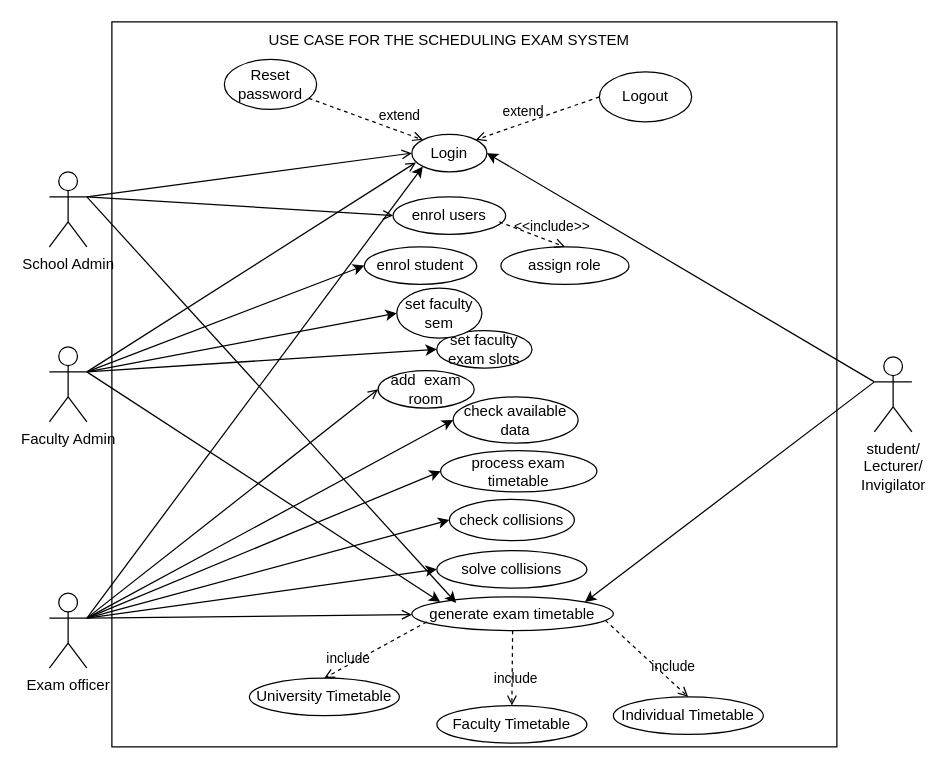
Before: page "use case for scheduling exam timetable" (1 of 5) of diagrams/all diagrams.drawio in Kathembotsong/Strath_Exam_Schedule, a draw.io diagram. Source tidied: cells renumbered, new cells numbered last; positions are measured from the earlier drawing's top-left corner, leaving out a move shared by most shapes. Both pictures are drawn from the tidied source at 125%, with x=0, y=0 at pixel (49, 21).
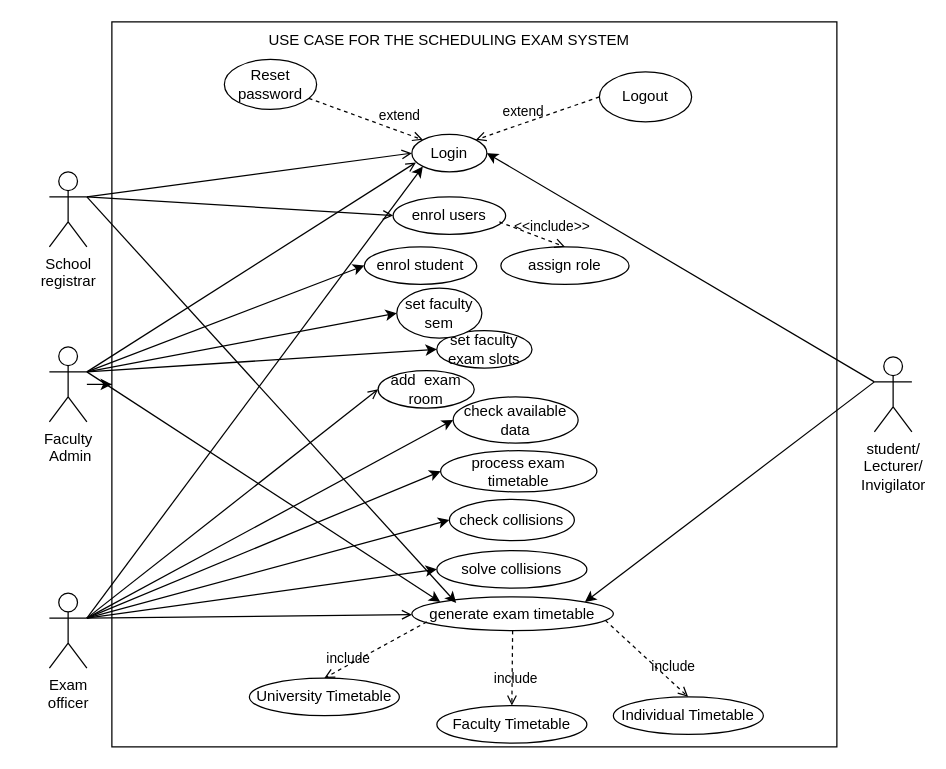
The same diagram, later.

Unchanged cells that the change refers to:
```xml
<mxCell id="2" style="whiteSpace=wrap;html=1;" parent="1" vertex="1">
  <mxGeometry x="50" width="580" height="580" as="geometry" />
</mxCell>
```

What changed in the source:
```diff
@@
-    <mxCell id="20" value="School Admin" style="shape=umlActor;verticalLabelPosition=bottom;verticalAlign=top;html=1;outlineConnect=0;" parent="1" vertex="1">
+    <mxCell id="20" value="School &lt;br&gt;registrar" style="shape=umlActor;verticalLabelPosition=bottom;verticalAlign=top;html=1;outlineConnect=0;" parent="1" vertex="1">
       <mxGeometry y="120" width="30" height="60" as="geometry" />
     </mxCell>
@@
+    <mxCell id="49" style="edgeStyle=orthogonalEdgeStyle;rounded=0;jettySize=auto;html=1;" parent="1" edge="1" source="38" target="2">
+      <mxGeometry relative="1" as="geometry" />
+    </mxCell>
-    <mxCell id="38" value="Faculty Admin" style="shape=umlActor;verticalLabelPosition=bottom;verticalAlign=top;html=1;outlineConnect=0;" parent="1" vertex="1">
+    <mxCell id="38" value="Faculty&lt;br&gt;&amp;nbsp;Admin" style="shape=umlActor;verticalLabelPosition=bottom;verticalAlign=top;html=1;outlineConnect=0;" parent="1" vertex="1">
       <mxGeometry y="260" width="30" height="60" as="geometry" />
     </mxCell>
-    <mxCell id="39" value="Exam officer" style="shape=umlActor;verticalLabelPosition=bottom;verticalAlign=top;html=1;outlineConnect=0;" parent="1" vertex="1">
+    <mxCell id="39" value="Exam &lt;br&gt;officer" style="shape=umlActor;verticalLabelPosition=bottom;verticalAlign=top;html=1;outlineConnect=0;" parent="1" vertex="1">
       <mxGeometry y="457" width="30" height="60" as="geometry" />
     </mxCell>
```
